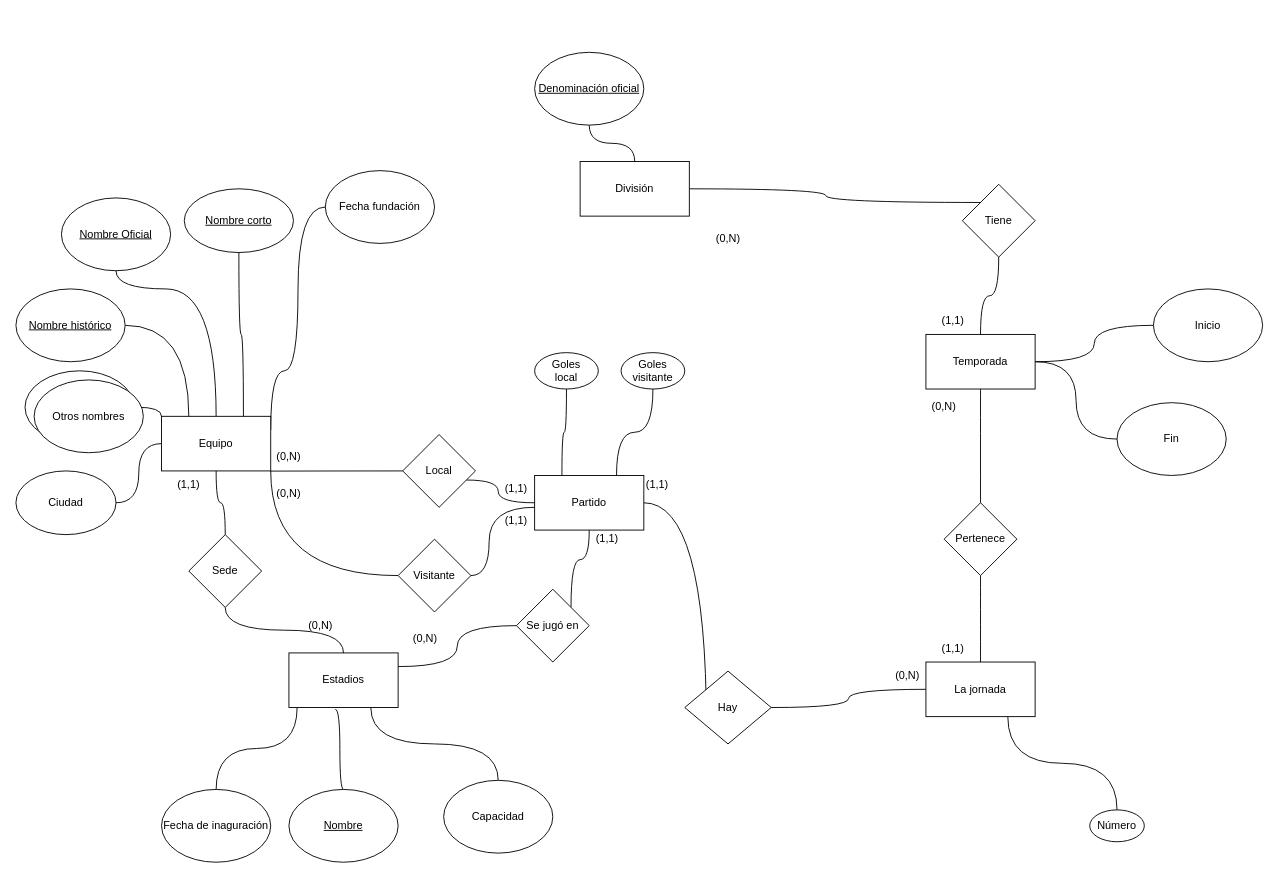
This is draws/LigaFutbol.drawio from Practicass/Practica1_LigaFutbol, a draw.io file, before an edit. Source tidied: cells renumbered, new cells numbered last; positions are measured from the earlier drawing's top-left corner, leaving out a move shared by most shapes. Both pictures are drawn from the tidied source at 91%, with x=0, y=0 at pixel (15, 52).
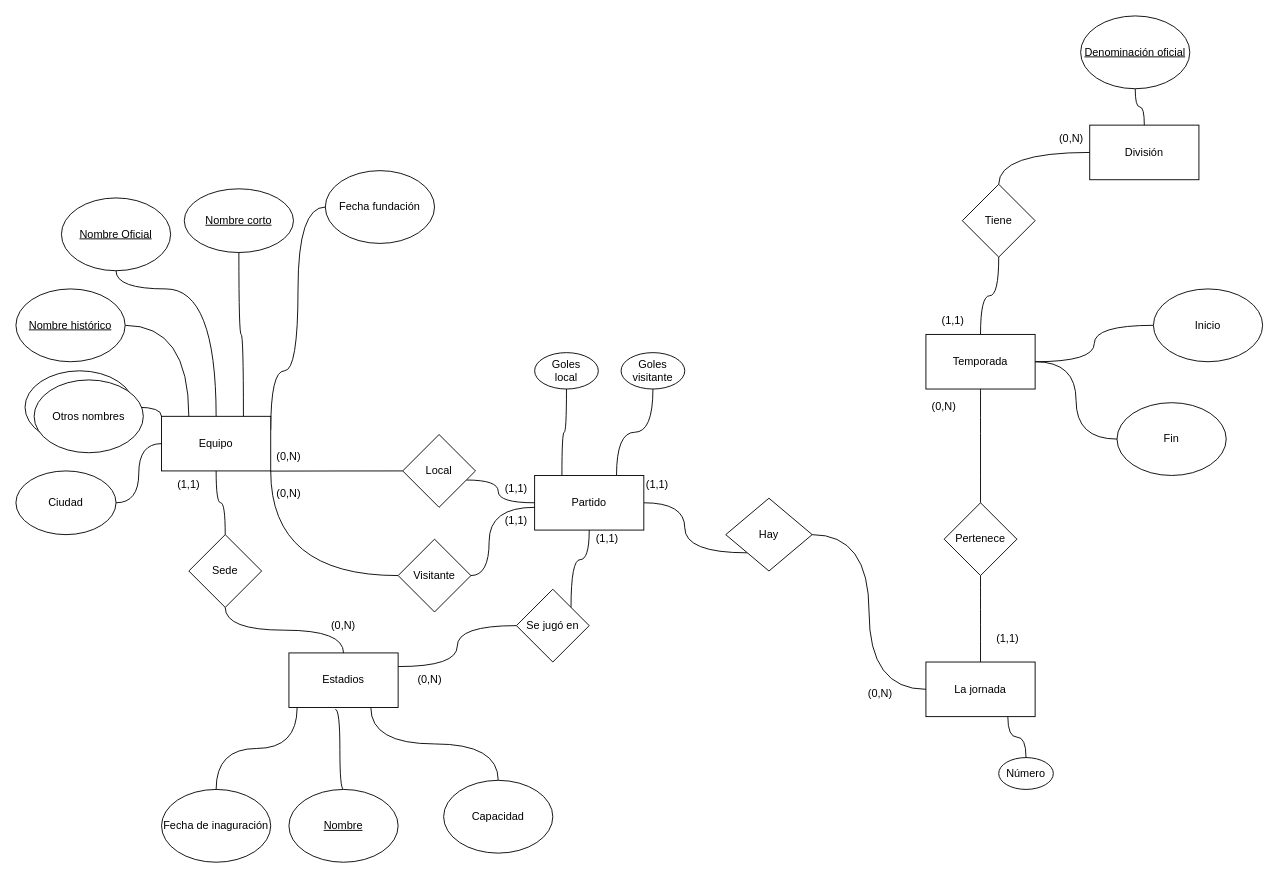
After the change.

Unchanged cells that the change refers to:
```xml
<mxCell id="60" value="Tiene" style="rhombus;whiteSpace=wrap;html=1;" parent="1" vertex="1">
  <mxGeometry x="1040" y="145" width="80" height="80" as="geometry" />
</mxCell>
<mxCell id="64" value="La jornada" style="rounded=0;whiteSpace=wrap;html=1;" parent="1" vertex="1">
  <mxGeometry x="1000" y="670" width="120" height="60" as="geometry" />
</mxCell>
```

Change to the diagram source:
```diff
@@
     <mxCell id="32" value="(0,N)" style="text;html=1;strokeColor=none;fillColor=none;align=center;verticalAlign=middle;whiteSpace=wrap;rounded=0;" parent="1" vertex="1">
-      <mxGeometry x="305" y="615" width="60" height="30" as="geometry" />
+      <mxGeometry x="330" y="615" width="60" height="30" as="geometry" />
     </mxCell>
@@
     <mxCell id="35" value="(1,1)" style="text;html=1;strokeColor=none;fillColor=none;align=center;verticalAlign=middle;whiteSpace=wrap;rounded=0;" parent="1" vertex="1">
-      <mxGeometry x="1000" y="640" width="60" height="30" as="geometry" />
+      <mxGeometry x="1060" y="630" width="60" height="30" as="geometry" />
     </mxCell>
@@
-    <mxCell id="37" style="edgeStyle=orthogonalEdgeStyle;curved=1;rounded=0;jettySize=auto;html=1;exitX=1;exitY=0.5;exitDx=0;exitDy=0;entryX=0;entryY=0;entryDx=0;entryDy=0;strokeWidth=1;endArrow=none;endFill=0;" parent="1" edge="1" source="38" target="60">
-      <mxGeometry relative="1" as="geometry" />
-    </mxCell>
     <mxCell id="38" value="División" style="rounded=0;whiteSpace=wrap;html=1;" parent="1" vertex="1">
-      <mxGeometry x="620" y="120" width="120" height="60" as="geometry" />
+      <mxGeometry x="1180" y="80" width="120" height="60" as="geometry" />
     </mxCell>
     <mxCell id="39" value="Número" style="ellipse;whiteSpace=wrap;html=1;" parent="1" vertex="1">
-      <mxGeometry x="1180" y="832.5" width="60" height="35" as="geometry" />
+      <mxGeometry x="1080" y="775" width="60" height="35" as="geometry" />
     </mxCell>
@@
     <mxCell id="54" value="(0,N)" style="text;html=1;strokeColor=none;fillColor=none;align=center;verticalAlign=middle;whiteSpace=wrap;rounded=0;" parent="1" vertex="1">
-      <mxGeometry x="420" y="630" width="60" height="30" as="geometry" />
+      <mxGeometry x="425" y="675" width="60" height="30" as="geometry" />
     </mxCell>
@@
+    <mxCell id="75" style="edgeStyle=orthogonalEdgeStyle;rounded=0;jettySize=auto;html=1;exitX=0.5;exitY=0;exitDx=0;exitDy=0;entryX=0;entryY=0.5;entryDx=0;entryDy=0;endArrow=none;endFill=0;curved=1;" parent="1" edge="1" source="60" target="38">
+      <mxGeometry relative="1" as="geometry" />
+    </mxCell>
@@
-    <mxCell id="61" style="edgeStyle=orthogonalEdgeStyle;curved=1;rounded=0;jettySize=auto;html=1;exitX=0.5;exitY=1;exitDx=0;exitDy=0;entryX=0.5;entryY=0;entryDx=0;entryDy=0;strokeWidth=1;endArrow=none;endFill=0;" parent="1" edge="1" source="62" target="38">
+    <mxCell id="61" style="edgeStyle=orthogonalEdgeStyle;rounded=0;jettySize=auto;html=1;entryX=0.5;entryY=0;entryDx=0;entryDy=0;endArrow=none;endFill=0;curved=1;" parent="1" edge="1" source="62" target="38">
       <mxGeometry relative="1" as="geometry" />
     </mxCell>
     <mxCell id="62" value="Denominación oficial" style="ellipse;whiteSpace=wrap;html=1;fontStyle=4;" parent="1" vertex="1">
-      <mxGeometry x="570" width="120" height="80" as="geometry" />
+      <mxGeometry x="1170" y="-40" width="120" height="80" as="geometry" />
     </mxCell>
@@
-    <mxCell id="65" style="edgeStyle=orthogonalEdgeStyle;curved=1;rounded=0;jettySize=auto;html=1;entryX=0;entryY=0.5;entryDx=0;entryDy=0;strokeWidth=1;endArrow=none;endFill=0;" parent="1" edge="1" source="66" target="64">
+    <mxCell id="65" style="edgeStyle=orthogonalEdgeStyle;rounded=0;jettySize=auto;html=1;entryX=0;entryY=0.5;entryDx=0;entryDy=0;curved=1;endArrow=none;endFill=0;" parent="1" edge="1" source="66" target="64">
       <mxGeometry relative="1" as="geometry" />
     </mxCell>
     <mxCell id="66" value="Hay" style="rhombus;whiteSpace=wrap;html=1;" parent="1" vertex="1">
-      <mxGeometry x="735" y="680" width="95" height="80" as="geometry" />
+      <mxGeometry x="780" y="490" width="95" height="80" as="geometry" />
     </mxCell>
@@
-    <mxCell id="68" value="(0,N)" style="text;html=1;strokeColor=none;fillColor=none;align=center;verticalAlign=middle;whiteSpace=wrap;rounded=0;" parent="1" vertex="1">
-      <mxGeometry x="950" y="670" width="60" height="30" as="geometry" />
-    </mxCell>
     <mxCell id="69" value="(0,N)" style="text;html=1;strokeColor=none;fillColor=none;align=center;verticalAlign=middle;whiteSpace=wrap;rounded=0;" parent="1" vertex="1">
-      <mxGeometry x="752.5" y="190" width="60" height="30" as="geometry" />
+      <mxGeometry x="1130" y="80" width="60" height="30" as="geometry" />
     </mxCell>
@@
+    <mxCell id="68" value="(0,N)" style="text;html=1;strokeColor=none;fillColor=none;align=center;verticalAlign=middle;whiteSpace=wrap;rounded=0;" parent="1" vertex="1">
+      <mxGeometry x="920" y="690" width="60" height="30" as="geometry" />
+    </mxCell>
```
